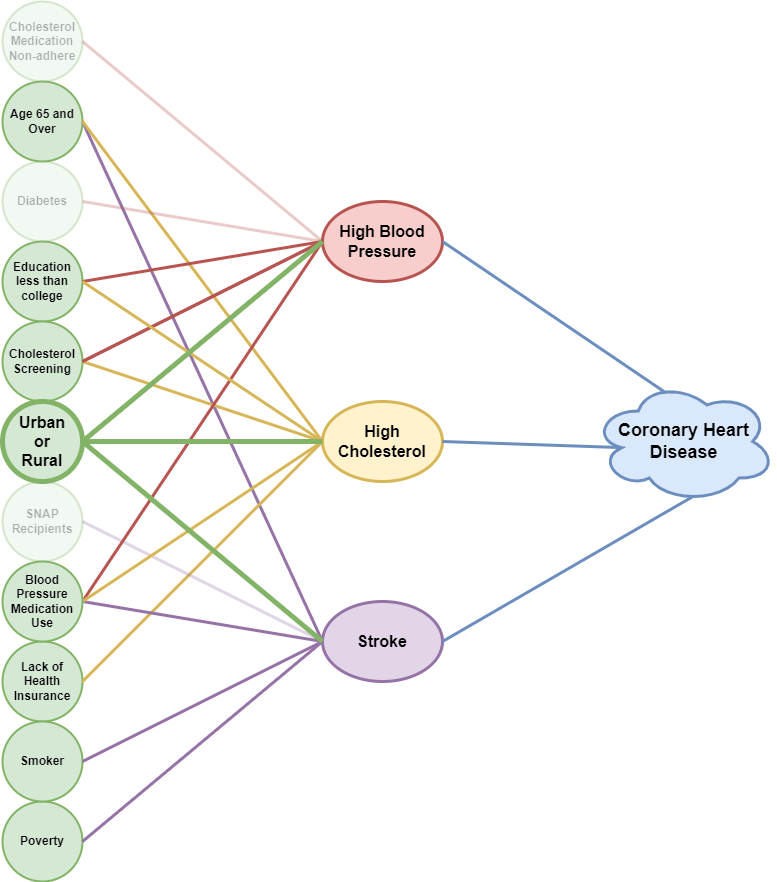
Before: Final_Report/images/VarConnectInteract.png, a diagram exported from draw.io (jessedebolt/MSDS-Capstone). Source tidied: cells renumbered, new cells last; positions are measured from the earlier drawing's top-left corner, leaving out a move shared by most shapes.
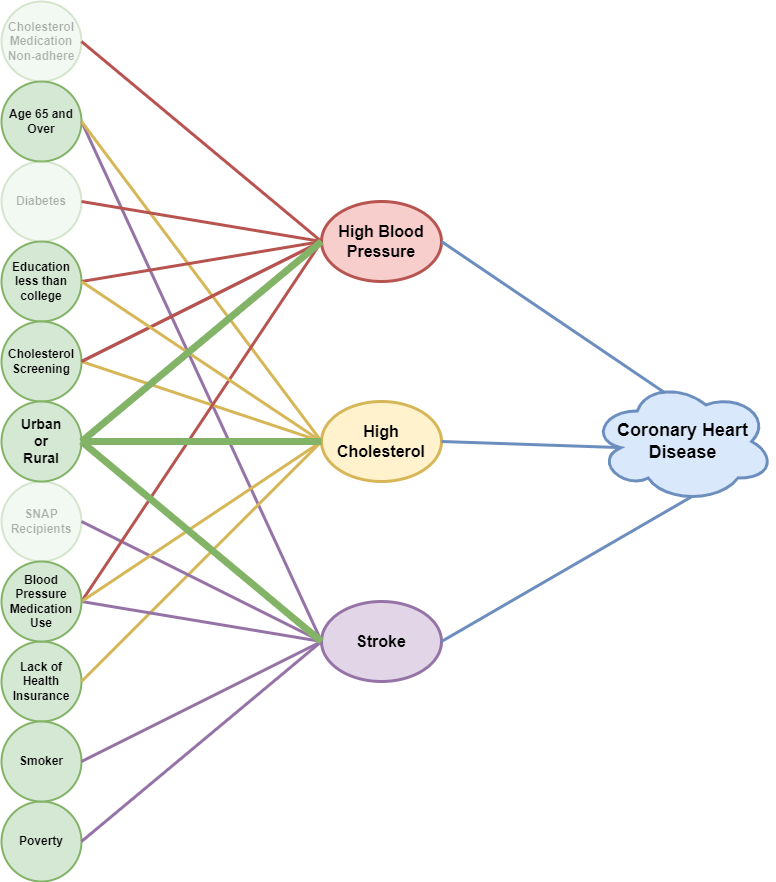
After the commit.

Diff of the diagram source:
```diff
@@ -29,7 +29,7 @@
     <mxCell id="10" value="Cholesterol Medication Non-adhere" style="ellipse;whiteSpace=wrap;html=1;strokeWidth=2;fontStyle=1;fillColor=#d5e8d4;strokeColor=#82b366;fontSize=12;opacity=30;textOpacity=30;" parent="1" vertex="1">
       <mxGeometry width="80" height="80" as="geometry" />
     </mxCell>
-    <mxCell id="11" style="endArrow=none;html=1;rounded=0;exitX=1;exitY=0.5;exitDx=0;exitDy=0;entryX=0;entryY=0.5;entryDx=0;entryDy=0;strokeWidth=3;fontStyle=1;fillColor=#f8cecc;strokeColor=#b85450;opacity=30;textOpacity=10;" parent="1" edge="1" source="10" target="2">
+    <mxCell id="11" style="endArrow=none;html=1;rounded=0;exitX=1;exitY=0.5;exitDx=0;exitDy=0;entryX=0;entryY=0.5;entryDx=0;entryDy=0;strokeWidth=3;fontStyle=1;fillColor=#f8cecc;strokeColor=#b85450;" parent="1" edge="1" source="10" target="2">
       <mxGeometry relative="1" as="geometry" />
     </mxCell>
     <mxCell id="12" value="Cholesterol Screening" style="ellipse;whiteSpace=wrap;html=1;strokeWidth=2;fontStyle=1;fillColor=#d5e8d4;strokeColor=#82b366;fontSize=12;" parent="1" vertex="1">
@@ -44,7 +44,7 @@
     <mxCell id="15" value="Diabetes" style="ellipse;whiteSpace=wrap;html=1;strokeWidth=2;fontStyle=1;fillColor=#d5e8d4;strokeColor=#82b366;fontSize=12;opacity=30;textOpacity=30;" parent="1" vertex="1">
       <mxGeometry y="160" width="80" height="80" as="geometry" />
     </mxCell>
-    <mxCell id="16" style="endArrow=none;html=1;rounded=0;exitX=1;exitY=0.5;exitDx=0;exitDy=0;entryX=0;entryY=0.5;entryDx=0;entryDy=0;strokeWidth=3;fontStyle=1;fillColor=#f8cecc;strokeColor=#b85450;opacity=30;textOpacity=10;" parent="1" edge="1" source="15" target="2">
+    <mxCell id="16" style="endArrow=none;html=1;rounded=0;exitX=1;exitY=0.5;exitDx=0;exitDy=0;entryX=0;entryY=0.5;entryDx=0;entryDy=0;strokeWidth=3;fontStyle=1;fillColor=#f8cecc;strokeColor=#b85450;" parent="1" edge="1" source="15" target="2">
       <mxGeometry relative="1" as="geometry" />
     </mxCell>
     <mxCell id="17" value="Lack of Health Insurance" style="ellipse;whiteSpace=wrap;html=1;strokeWidth=2;fontStyle=1;fillColor=#d5e8d4;strokeColor=#82b366;fontSize=12;" parent="1" vertex="1">
@@ -59,7 +59,7 @@
     <mxCell id="20" value="SNAP Recipients" style="ellipse;whiteSpace=wrap;html=1;strokeWidth=2;fontStyle=1;fillColor=#d5e8d4;strokeColor=#82b366;fontSize=12;opacity=30;textOpacity=30;" parent="1" vertex="1">
       <mxGeometry y="480" width="80" height="80" as="geometry" />
     </mxCell>
-    <mxCell id="21" style="endArrow=none;html=1;rounded=0;entryX=0;entryY=0.5;entryDx=0;entryDy=0;strokeWidth=3;fontStyle=1;exitX=1;exitY=0.5;exitDx=0;exitDy=0;fillColor=#e1d5e7;strokeColor=#9673a6;opacity=30;textOpacity=10;" parent="1" edge="1" source="20" target="3">
+    <mxCell id="21" style="endArrow=none;html=1;rounded=0;entryX=0;entryY=0.5;entryDx=0;entryDy=0;strokeWidth=3;fontStyle=1;exitX=1;exitY=0.5;exitDx=0;exitDy=0;fillColor=#e1d5e7;strokeColor=#9673a6;" parent="1" edge="1" source="20" target="3">
       <mxGeometry relative="1" as="geometry" />
     </mxCell>
     <mxCell id="22" style="endArrow=none;html=1;rounded=0;exitX=1;exitY=0.5;exitDx=0;exitDy=0;strokeWidth=3;fontStyle=1;entryX=0;entryY=0.5;entryDx=0;entryDy=0;fillColor=#f8cecc;strokeColor=#b85450;" parent="1" edge="1" source="12" target="2">
@@ -101,17 +101,17 @@
     <mxCell id="34" style="endArrow=none;html=1;rounded=0;exitX=1;exitY=0.5;exitDx=0;exitDy=0;entryX=0;entryY=0.5;entryDx=0;entryDy=0;strokeWidth=3;fontStyle=1;fillColor=#fff2cc;strokeColor=#d6b656;" parent="1" edge="1" source="9" target="4">
       <mxGeometry relative="1" as="geometry" />
     </mxCell>
-    <mxCell id="35" value="Urban&lt;br style=&quot;font-size: 16px;&quot;&gt;or&lt;br style=&quot;font-size: 16px;&quot;&gt;Rural" style="ellipse;whiteSpace=wrap;html=1;strokeWidth=5;fontStyle=1;fillColor=#d5e8d4;strokeColor=#82b366;fontSize=16;" parent="1" vertex="1">
+    <mxCell id="35" value="Urban&lt;br style=&quot;font-size: 14px;&quot;&gt;or&lt;br style=&quot;font-size: 14px;&quot;&gt;Rural" style="ellipse;whiteSpace=wrap;html=1;strokeWidth=2;fontStyle=1;fillColor=#d5e8d4;strokeColor=#82b366;fontSize=14;" parent="1" vertex="1">
       <mxGeometry y="400" width="80" height="80" as="geometry" />
     </mxCell>
-    <mxCell id="36" style="endArrow=none;html=1;rounded=0;exitX=1;exitY=0.5;exitDx=0;exitDy=0;entryX=0;entryY=0.5;entryDx=0;entryDy=0;strokeWidth=5;fontStyle=1;fillColor=#d5e8d4;strokeColor=#82b366;" parent="1" edge="1" source="35" target="2">
+    <mxCell id="36" style="endArrow=none;html=1;rounded=0;exitX=1;exitY=0.5;exitDx=0;exitDy=0;strokeWidth=7;fontStyle=1;fillColor=#d5e8d4;strokeColor=#82b366;entryX=0;entryY=0.5;entryDx=0;entryDy=0;" parent="1" edge="1" source="35" target="2">
       <mxGeometry relative="1" as="geometry" />
     </mxCell>
-    <mxCell id="37" style="endArrow=none;html=1;rounded=0;exitX=1;exitY=0.5;exitDx=0;exitDy=0;entryX=0;entryY=0.5;entryDx=0;entryDy=0;strokeWidth=5;fontStyle=1;fillColor=#d5e8d4;strokeColor=#82b366;" parent="1" edge="1" source="35" target="4">
-      <mxGeometry relative="1" as="geometry" />
-    </mxCell>
-    <mxCell id="38" style="endArrow=none;html=1;rounded=0;entryX=0;entryY=0.5;entryDx=0;entryDy=0;strokeWidth=5;fontStyle=1;fillColor=#d5e8d4;strokeColor=#82b366;exitX=1;exitY=0.5;exitDx=0;exitDy=0;" parent="1" edge="1" source="35" target="3">
+    <mxCell id="38" style="endArrow=none;html=1;rounded=0;entryX=0;entryY=0.5;entryDx=0;entryDy=0;exitX=1;exitY=0.5;exitDx=0;exitDy=0;strokeWidth=7;fontStyle=1;fillColor=#d5e8d4;strokeColor=#82b366;" parent="1" edge="1" source="35" target="3">
       <mxGeometry relative="1" as="geometry" />
     </mxCell>
+    <mxCell id="39" style="endArrow=none;html=1;rounded=0;entryX=1;entryY=0.5;entryDx=0;entryDy=0;exitX=0;exitY=0.5;exitDx=0;exitDy=0;strokeWidth=7;fontStyle=1;fillColor=#d5e8d4;strokeColor=#82b366;" parent="1" edge="1" source="4" target="35">
+      <mxGeometry relative="1" as="geometry" />
+    </mxCell>
   </root>
 </mxGraphModel>
```
